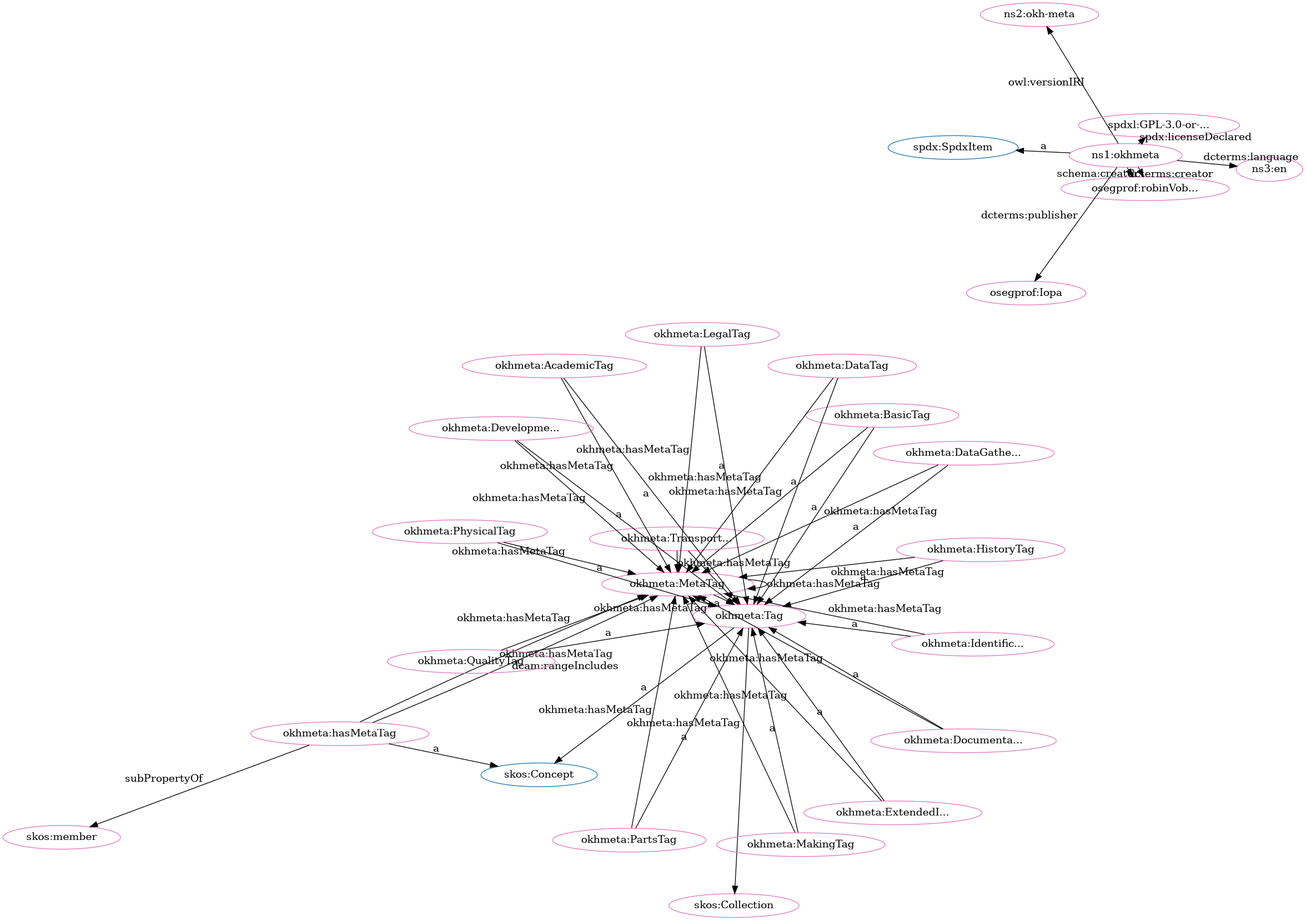
This is src/spec/fdp_okh-meta-clean.png from iop-alliance/OpenKnowHow, a Graphviz export, as it was before one commit. Its source is kept beside it as src/spec/fdp_okh-meta-clean.dot.
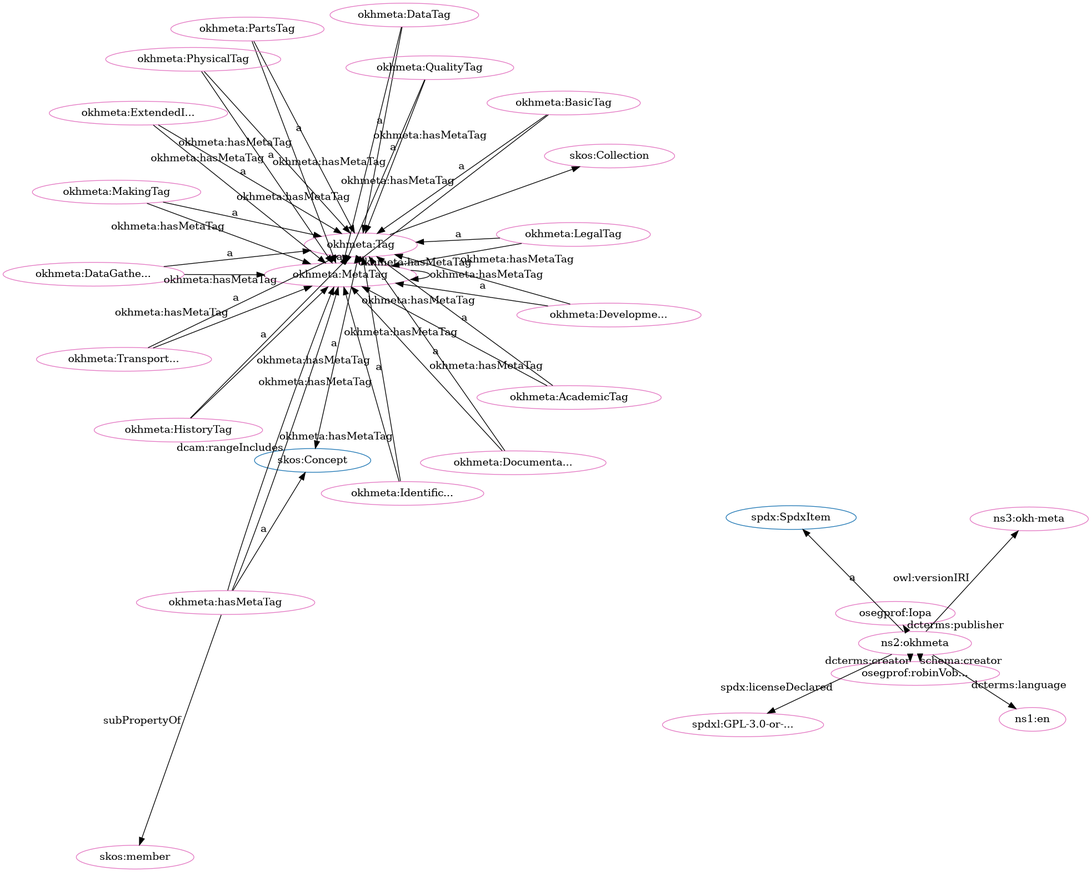
After the commit.

Diff of the diagram source:
```diff
@@ -1,80 +1,80 @@
 digraph G {
   rankdir=BT
   node[height=.3]
-"http://w3id.org/oseg/ont/okhmeta#Tag" [fillcolor="#1f77b4" color="#1f77b4" label="okhmeta:Tag"]
 "http://www.w3.org/2004/02/skos/core#Concept" [fillcolor="#1f77b4" color="#1f77b4" label="skos:Concept"]
 "http://www.w3.org/2004/02/skos/core#Collection" [fillcolor="#1f77b4" color="#1f77b4" label="skos:Collection"]
 "http://spdx.org/rdf/terms#SpdxItem" [fillcolor="#1f77b4" color="#1f77b4" label="spdx:SpdxItem"]
+"http://w3id.org/oseg/ont/okhmeta#Tag" [fillcolor="#1f77b4" color="#1f77b4" label="okhmeta:Tag"]
+"http://id.loc.gov/vocabulary/iso639-1/en" [fillcolor="#e377c2" color="#e377c2" label="ns1:en"]
+"http://w3id.org/oseg/ont/oseg-profiles#robinVobruba" [fillcolor="#e377c2" color="#e377c2" label="osegprof:robinVob..."]
+"http://w3id.org/oseg/ont/okhmeta#MakingTag" [fillcolor="#e377c2" color="#e377c2" label="okhmeta:MakingTag"]
+"http://w3id.org/oseg/ont/okhmeta#DataTag" [fillcolor="#e377c2" color="#e377c2" label="okhmeta:DataTag"]
 "http://w3id.org/oseg/ont/okhmeta#MetaTag" [fillcolor="#e377c2" color="#e377c2" label="okhmeta:MetaTag"]
-"http://w3id.org/oseg/ont/okhmeta#MakingTag" [fillcolor="#e377c2" color="#e377c2" label="okhmeta:MakingTag"]
-"http://w3id.org/oseg/ont/oseg-profiles#robinVobruba" [fillcolor="#e377c2" color="#e377c2" label="osegprof:robinVob..."]
+"http://w3id.org/oseg/ont/oseg-profiles#Iopa" [fillcolor="#e377c2" color="#e377c2" label="osegprof:Iopa"]
+"http://w3id.org/oseg/ont/okhmeta#TransportationTag" [fillcolor="#e377c2" color="#e377c2" label="okhmeta:Transport..."]
+"http://w3id.org/oseg/ont/okhmeta" [fillcolor="#e377c2" color="#e377c2" label="ns2:okhmeta"]
+"http://w3id.org/oseg/ont/okhmeta#IdentificationTag" [fillcolor="#e377c2" color="#e377c2" label="okhmeta:Identific..."]
 "http://w3id.org/oseg/ont/okhmeta#hasMetaTag" [fillcolor="#e377c2" color="#e377c2" label="okhmeta:hasMetaTag"]
-"http://w3id.org/oseg/ont/okhmeta" [fillcolor="#e377c2" color="#e377c2" label="ns1:okhmeta"]
+"http://w3id.org/oseg/ont/okhmeta#AcademicTag" [fillcolor="#e377c2" color="#e377c2" label="okhmeta:AcademicTag"]
+"http://www.w3.org/2004/02/skos/core#Collection" [fillcolor="#e377c2" color="#e377c2" label="skos:Collection"]
+"http://www.w3.org/2004/02/skos/core#member" [fillcolor="#e377c2" color="#e377c2" label="skos:member"]
+"http://w3id.org/oseg/ont/okhmeta#HistoryTag" [fillcolor="#e377c2" color="#e377c2" label="okhmeta:HistoryTag"]
+"http://w3id.org/oseg/ont/okhmeta#QualityTag" [fillcolor="#e377c2" color="#e377c2" label="okhmeta:QualityTag"]
+"http://w3id.org/oseg/ont/okhmeta#BasicTag" [fillcolor="#e377c2" color="#e377c2" label="okhmeta:BasicTag"]
+"http://w3id.org/oseg/ont/okhmeta#ExtendedInfoTag" [fillcolor="#e377c2" color="#e377c2" label="okhmeta:ExtendedI..."]
+"http://w3id.org/oseg/ont/okhmeta#DocumentationTag" [fillcolor="#e377c2" color="#e377c2" label="okhmeta:Documenta..."]
+"http://w3id.org/oseg/ont/1.1.0/okh-meta" [fillcolor="#e377c2" color="#e377c2" label="ns3:okh-meta"]
+"http://w3id.org/oseg/ont/okhmeta#DevelopmentTag" [fillcolor="#e377c2" color="#e377c2" label="okhmeta:Developme..."]
+"http://w3id.org/oseg/ont/okhmeta#Tag" [fillcolor="#e377c2" color="#e377c2" label="okhmeta:Tag"]
+"http://w3id.org/oseg/ont/okhmeta#PartsTag" [fillcolor="#e377c2" color="#e377c2" label="okhmeta:PartsTag"]
 "http://w3id.org/oseg/ont/okhmeta#PhysicalTag" [fillcolor="#e377c2" color="#e377c2" label="okhmeta:PhysicalTag"]
-"http://w3id.org/oseg/ont/1.1.0/okh-meta" [fillcolor="#e377c2" color="#e377c2" label="ns2:okh-meta"]
-"http://w3id.org/oseg/ont/okhmeta#ExtendedInfoTag" [fillcolor="#e377c2" color="#e377c2" label="okhmeta:ExtendedI..."]
-"http://w3id.org/oseg/ont/okhmeta#QualityTag" [fillcolor="#e377c2" color="#e377c2" label="okhmeta:QualityTag"]
-"http://w3id.org/oseg/ont/okhmeta#IdentificationTag" [fillcolor="#e377c2" color="#e377c2" label="okhmeta:Identific..."]
-"http://w3id.org/oseg/ont/okhmeta#PartsTag" [fillcolor="#e377c2" color="#e377c2" label="okhmeta:PartsTag"]
-"http://www.w3.org/2004/02/skos/core#member" [fillcolor="#e377c2" color="#e377c2" label="skos:member"]
 "http://w3id.org/oseg/ont/okhmeta#DataGatheringTag" [fillcolor="#e377c2" color="#e377c2" label="okhmeta:DataGathe..."]
-"http://w3id.org/oseg/ont/okhmeta#BasicTag" [fillcolor="#e377c2" color="#e377c2" label="okhmeta:BasicTag"]
-"http://w3id.org/oseg/ont/okhmeta#TransportationTag" [fillcolor="#e377c2" color="#e377c2" label="okhmeta:Transport..."]
-"http://w3id.org/oseg/ont/okhmeta#DataTag" [fillcolor="#e377c2" color="#e377c2" label="okhmeta:DataTag"]
-"http://id.loc.gov/vocabulary/iso639-1/en" [fillcolor="#e377c2" color="#e377c2" label="ns3:en"]
-"http://www.w3.org/2004/02/skos/core#Collection" [fillcolor="#e377c2" color="#e377c2" label="skos:Collection"]
-"http://w3id.org/oseg/ont/okhmeta#DocumentationTag" [fillcolor="#e377c2" color="#e377c2" label="okhmeta:Documenta..."]
 "http://spdx.org/licenses/GPL-3.0-or-later" [fillcolor="#e377c2" color="#e377c2" label="spdxl:GPL-3.0-or-..."]
 "http://w3id.org/oseg/ont/okhmeta#LegalTag" [fillcolor="#e377c2" color="#e377c2" label="okhmeta:LegalTag"]
-"http://w3id.org/oseg/ont/okhmeta#Tag" [fillcolor="#e377c2" color="#e377c2" label="okhmeta:Tag"]
-"http://w3id.org/oseg/ont/okhmeta#HistoryTag" [fillcolor="#e377c2" color="#e377c2" label="okhmeta:HistoryTag"]
-"http://w3id.org/oseg/ont/oseg-profiles#Iopa" [fillcolor="#e377c2" color="#e377c2" label="osegprof:Iopa"]
-"http://w3id.org/oseg/ont/okhmeta#AcademicTag" [fillcolor="#e377c2" color="#e377c2" label="okhmeta:AcademicTag"]
-"http://w3id.org/oseg/ont/okhmeta#DevelopmentTag" [fillcolor="#e377c2" color="#e377c2" label="okhmeta:Developme..."]
+  "http://w3id.org/oseg/ont/okhmeta" -> "http://id.loc.gov/vocabulary/iso639-1/en" [label="dcterms:language"]
+  "http://w3id.org/oseg/ont/okhmeta" -> "http://w3id.org/oseg/ont/oseg-profiles#robinVobruba" [label="schema:creator"]
+  "http://w3id.org/oseg/ont/okhmeta#DataTag" -> "http://w3id.org/oseg/ont/okhmeta#Tag" [label="a"]
+  "http://w3id.org/oseg/ont/okhmeta#TransportationTag" -> "http://w3id.org/oseg/ont/okhmeta#Tag" [label="a"]
+  "http://w3id.org/oseg/ont/okhmeta#QualityTag" -> "http://w3id.org/oseg/ont/okhmeta#MetaTag" [label="okhmeta:hasMetaTag"]
+  "http://w3id.org/oseg/ont/okhmeta#MetaTag" -> "http://w3id.org/oseg/ont/okhmeta#Tag" [label="a"]
+  "http://w3id.org/oseg/ont/okhmeta#IdentificationTag" -> "http://w3id.org/oseg/ont/okhmeta#Tag" [label="a"]
+  "http://w3id.org/oseg/ont/okhmeta#hasMetaTag" -> "http://www.w3.org/2004/02/skos/core#member" [label="subPropertyOf"]
+  "http://w3id.org/oseg/ont/okhmeta#HistoryTag" -> "http://w3id.org/oseg/ont/okhmeta#Tag" [label="a"]
+  "http://w3id.org/oseg/ont/okhmeta" -> "http://spdx.org/rdf/terms#SpdxItem" [label="a"]
+  "http://w3id.org/oseg/ont/okhmeta#LegalTag" -> "http://w3id.org/oseg/ont/okhmeta#MetaTag" [label="okhmeta:hasMetaTag"]
+  "http://w3id.org/oseg/ont/okhmeta" -> "http://w3id.org/oseg/ont/1.1.0/okh-meta" [label="owl:versionIRI"]
+  "http://w3id.org/oseg/ont/okhmeta#DevelopmentTag" -> "http://w3id.org/oseg/ont/okhmeta#Tag" [label="a"]
+  "http://w3id.org/oseg/ont/okhmeta#hasMetaTag" -> "http://w3id.org/oseg/ont/okhmeta#MetaTag" [label="okhmeta:hasMetaTag"]
+  "http://w3id.org/oseg/ont/okhmeta#Tag" -> "http://www.w3.org/2004/02/skos/core#Concept" [label="a"]
+  "http://w3id.org/oseg/ont/okhmeta#HistoryTag" -> "http://w3id.org/oseg/ont/okhmeta#MetaTag" [label="okhmeta:hasMetaTag"]
+  "http://w3id.org/oseg/ont/okhmeta#DataGatheringTag" -> "http://w3id.org/oseg/ont/okhmeta#Tag" [label="a"]
+  "http://w3id.org/oseg/ont/okhmeta#hasMetaTag" -> "http://w3id.org/oseg/ont/okhmeta#MetaTag" [label="dcam:rangeIncludes"]
+  "http://w3id.org/oseg/ont/okhmeta" -> "http://spdx.org/licenses/GPL-3.0-or-later" [label="spdx:licenseDeclared"]
+  "http://w3id.org/oseg/ont/okhmeta#LegalTag" -> "http://w3id.org/oseg/ont/okhmeta#Tag" [label="a"]
   "http://w3id.org/oseg/ont/okhmeta#MakingTag" -> "http://w3id.org/oseg/ont/okhmeta#MetaTag" [label="okhmeta:hasMetaTag"]
+  "http://w3id.org/oseg/ont/okhmeta#Tag" -> "http://w3id.org/oseg/ont/okhmeta#MetaTag" [label="okhmeta:hasMetaTag"]
   "http://w3id.org/oseg/ont/okhmeta#MakingTag" -> "http://w3id.org/oseg/ont/okhmeta#Tag" [label="a"]
-  "http://w3id.org/oseg/ont/okhmeta" -> "http://w3id.org/oseg/ont/oseg-profiles#robinVobruba" [label="schema:creator"]
-  "http://w3id.org/oseg/ont/okhmeta#PhysicalTag" -> "http://w3id.org/oseg/ont/okhmeta#Tag" [label="a"]
-  "http://w3id.org/oseg/ont/okhmeta" -> "http://w3id.org/oseg/ont/1.1.0/okh-meta" [label="owl:versionIRI"]
-  "http://w3id.org/oseg/ont/okhmeta#IdentificationTag" -> "http://w3id.org/oseg/ont/okhmeta#Tag" [label="a"]
-  "http://w3id.org/oseg/ont/okhmeta#MetaTag" -> "http://w3id.org/oseg/ont/okhmeta#Tag" [label="a"]
-  "http://w3id.org/oseg/ont/okhmeta#BasicTag" -> "http://w3id.org/oseg/ont/okhmeta#Tag" [label="a"]
-  "http://w3id.org/oseg/ont/okhmeta#TransportationTag" -> "http://w3id.org/oseg/ont/okhmeta#MetaTag" [label="okhmeta:hasMetaTag"]
-  "http://w3id.org/oseg/ont/okhmeta#TransportationTag" -> "http://w3id.org/oseg/ont/okhmeta#Tag" [label="a"]
-  "http://w3id.org/oseg/ont/okhmeta" -> "http://w3id.org/oseg/ont/oseg-profiles#robinVobruba" [label="dcterms:creator"]
-  "http://w3id.org/oseg/ont/okhmeta" -> "http://id.loc.gov/vocabulary/iso639-1/en" [label="dcterms:language"]
-  "http://w3id.org/oseg/ont/okhmeta#hasMetaTag" -> "http://www.w3.org/2004/02/skos/core#Concept" [label="a"]
-  "http://w3id.org/oseg/ont/okhmeta#Tag" -> "http://www.w3.org/2004/02/skos/core#Collection" [label=""]
-  "http://w3id.org/oseg/ont/okhmeta#PhysicalTag" -> "http://w3id.org/oseg/ont/okhmeta#MetaTag" [label="okhmeta:hasMetaTag"]
-  "http://w3id.org/oseg/ont/okhmeta#Tag" -> "http://w3id.org/oseg/ont/okhmeta#MetaTag" [label="okhmeta:hasMetaTag"]
-  "http://w3id.org/oseg/ont/okhmeta#IdentificationTag" -> "http://w3id.org/oseg/ont/okhmeta#MetaTag" [label="okhmeta:hasMetaTag"]
-  "http://w3id.org/oseg/ont/okhmeta#HistoryTag" -> "http://w3id.org/oseg/ont/okhmeta#Tag" [label="a"]
-  "http://w3id.org/oseg/ont/okhmeta" -> "http://w3id.org/oseg/ont/oseg-profiles#Iopa" [label="dcterms:publisher"]
-  "http://w3id.org/oseg/ont/okhmeta#MetaTag" -> "http://w3id.org/oseg/ont/okhmeta#MetaTag" [label="okhmeta:hasMetaTag"]
-  "http://w3id.org/oseg/ont/okhmeta#AcademicTag" -> "http://w3id.org/oseg/ont/okhmeta#Tag" [label="a"]
-  "http://w3id.org/oseg/ont/okhmeta#DevelopmentTag" -> "http://w3id.org/oseg/ont/okhmeta#Tag" [label="a"]
   "http://w3id.org/oseg/ont/okhmeta#BasicTag" -> "http://w3id.org/oseg/ont/okhmeta#MetaTag" [label="okhmeta:hasMetaTag"]
   "http://w3id.org/oseg/ont/okhmeta#ExtendedInfoTag" -> "http://w3id.org/oseg/ont/okhmeta#MetaTag" [label="okhmeta:hasMetaTag"]
+  "http://w3id.org/oseg/ont/okhmeta" -> "http://w3id.org/oseg/ont/oseg-profiles#Iopa" [label="dcterms:publisher"]
+  "http://w3id.org/oseg/ont/okhmeta#hasMetaTag" -> "http://www.w3.org/2004/02/skos/core#Concept" [label="a"]
+  "http://w3id.org/oseg/ont/okhmeta#AcademicTag" -> "http://w3id.org/oseg/ont/okhmeta#Tag" [label="a"]
+  "http://w3id.org/oseg/ont/okhmeta#Tag" -> "http://www.w3.org/2004/02/skos/core#Collection" [label=""]
+  "http://w3id.org/oseg/ont/okhmeta#DataTag" -> "http://w3id.org/oseg/ont/okhmeta#MetaTag" [label="okhmeta:hasMetaTag"]
+  "http://w3id.org/oseg/ont/okhmeta#PhysicalTag" -> "http://w3id.org/oseg/ont/okhmeta#MetaTag" [label="okhmeta:hasMetaTag"]
+  "http://w3id.org/oseg/ont/okhmeta#QualityTag" -> "http://w3id.org/oseg/ont/okhmeta#Tag" [label="a"]
+  "http://w3id.org/oseg/ont/okhmeta#BasicTag" -> "http://w3id.org/oseg/ont/okhmeta#Tag" [label="a"]
+  "http://w3id.org/oseg/ont/okhmeta#MetaTag" -> "http://w3id.org/oseg/ont/okhmeta#MetaTag" [label="okhmeta:hasMetaTag"]
   "http://w3id.org/oseg/ont/okhmeta#ExtendedInfoTag" -> "http://w3id.org/oseg/ont/okhmeta#Tag" [label="a"]
-  "http://w3id.org/oseg/ont/okhmeta#QualityTag" -> "http://w3id.org/oseg/ont/okhmeta#Tag" [label="a"]
+  "http://w3id.org/oseg/ont/okhmeta#DocumentationTag" -> "http://w3id.org/oseg/ont/okhmeta#Tag" [label="a"]
   "http://w3id.org/oseg/ont/okhmeta#PartsTag" -> "http://w3id.org/oseg/ont/okhmeta#MetaTag" [label="okhmeta:hasMetaTag"]
+  "http://w3id.org/oseg/ont/okhmeta#DataGatheringTag" -> "http://w3id.org/oseg/ont/okhmeta#MetaTag" [label="okhmeta:hasMetaTag"]
+  "http://w3id.org/oseg/ont/okhmeta#AcademicTag" -> "http://w3id.org/oseg/ont/okhmeta#MetaTag" [label="okhmeta:hasMetaTag"]
   "http://w3id.org/oseg/ont/okhmeta#PartsTag" -> "http://w3id.org/oseg/ont/okhmeta#Tag" [label="a"]
+  "http://w3id.org/oseg/ont/okhmeta#PhysicalTag" -> "http://w3id.org/oseg/ont/okhmeta#Tag" [label="a"]
+  "http://w3id.org/oseg/ont/okhmeta#DocumentationTag" -> "http://w3id.org/oseg/ont/okhmeta#MetaTag" [label="okhmeta:hasMetaTag"]
   "http://w3id.org/oseg/ont/okhmeta#DevelopmentTag" -> "http://w3id.org/oseg/ont/okhmeta#MetaTag" [label="okhmeta:hasMetaTag"]
-  "http://w3id.org/oseg/ont/okhmeta#DataGatheringTag" -> "http://w3id.org/oseg/ont/okhmeta#MetaTag" [label="okhmeta:hasMetaTag"]
-  "http://w3id.org/oseg/ont/okhmeta#hasMetaTag" -> "http://www.w3.org/2004/02/skos/core#member" [label="subPropertyOf"]
-  "http://w3id.org/oseg/ont/okhmeta#DataGatheringTag" -> "http://w3id.org/oseg/ont/okhmeta#Tag" [label="a"]
-  "http://w3id.org/oseg/ont/okhmeta#AcademicTag" -> "http://w3id.org/oseg/ont/okhmeta#MetaTag" [label="okhmeta:hasMetaTag"]
-  "http://w3id.org/oseg/ont/okhmeta#DataTag" -> "http://w3id.org/oseg/ont/okhmeta#Tag" [label="a"]
-  "http://w3id.org/oseg/ont/okhmeta#hasMetaTag" -> "http://w3id.org/oseg/ont/okhmeta#MetaTag" [label="okhmeta:hasMetaTag"]
-  "http://w3id.org/oseg/ont/okhmeta#DocumentationTag" -> "http://w3id.org/oseg/ont/okhmeta#MetaTag" [label="okhmeta:hasMetaTag"]
-  "http://w3id.org/oseg/ont/okhmeta#DocumentationTag" -> "http://w3id.org/oseg/ont/okhmeta#Tag" [label="a"]
-  "http://w3id.org/oseg/ont/okhmeta" -> "http://spdx.org/licenses/GPL-3.0-or-later" [label="spdx:licenseDeclared"]
-  "http://w3id.org/oseg/ont/okhmeta#LegalTag" -> "http://w3id.org/oseg/ont/okhmeta#MetaTag" [label="okhmeta:hasMetaTag"]
-  "http://w3id.org/oseg/ont/okhmeta#LegalTag" -> "http://w3id.org/oseg/ont/okhmeta#Tag" [label="a"]
-  "http://w3id.org/oseg/ont/okhmeta#Tag" -> "http://www.w3.org/2004/02/skos/core#Concept" [label="a"]
-  "http://w3id.org/oseg/ont/okhmeta#hasMetaTag" -> "http://w3id.org/oseg/ont/okhmeta#MetaTag" [label="dcam:rangeIncludes"]
-  "http://w3id.org/oseg/ont/okhmeta#QualityTag" -> "http://w3id.org/oseg/ont/okhmeta#MetaTag" [label="okhmeta:hasMetaTag"]
-  "http://w3id.org/oseg/ont/okhmeta#HistoryTag" -> "http://w3id.org/oseg/ont/okhmeta#MetaTag" [label="okhmeta:hasMetaTag"]
-  "http://w3id.org/oseg/ont/okhmeta" -> "http://spdx.org/rdf/terms#SpdxItem" [label="a"]
-  "http://w3id.org/oseg/ont/okhmeta#DataTag" -> "http://w3id.org/oseg/ont/okhmeta#MetaTag" [label="okhmeta:hasMetaTag"]
+  "http://w3id.org/oseg/ont/okhmeta#TransportationTag" -> "http://w3id.org/oseg/ont/okhmeta#MetaTag" [label="okhmeta:hasMetaTag"]
+  "http://w3id.org/oseg/ont/okhmeta#IdentificationTag" -> "http://w3id.org/oseg/ont/okhmeta#MetaTag" [label="okhmeta:hasMetaTag"]
+  "http://w3id.org/oseg/ont/okhmeta" -> "http://w3id.org/oseg/ont/oseg-profiles#robinVobruba" [label="dcterms:creator"]
 }
```
